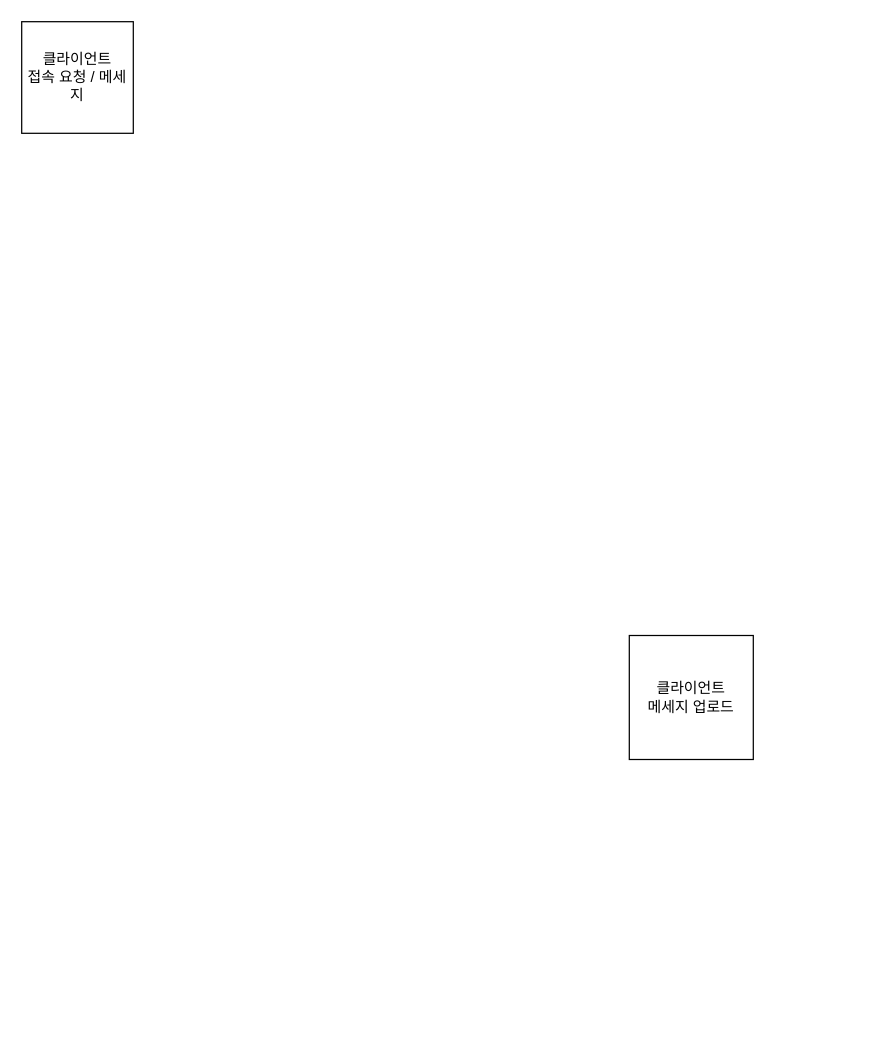
Before: Chat_Diagram.drawio in jh051777/chat, a draw.io diagram. Source tidied: cells renumbered, new cells numbered last; positions are measured from the earlier drawing's top-left corner, leaving out a move shared by most shapes. Both pictures are drawn from the tidied source at 124%, with x=0, y=0 at pixel (21, 21).
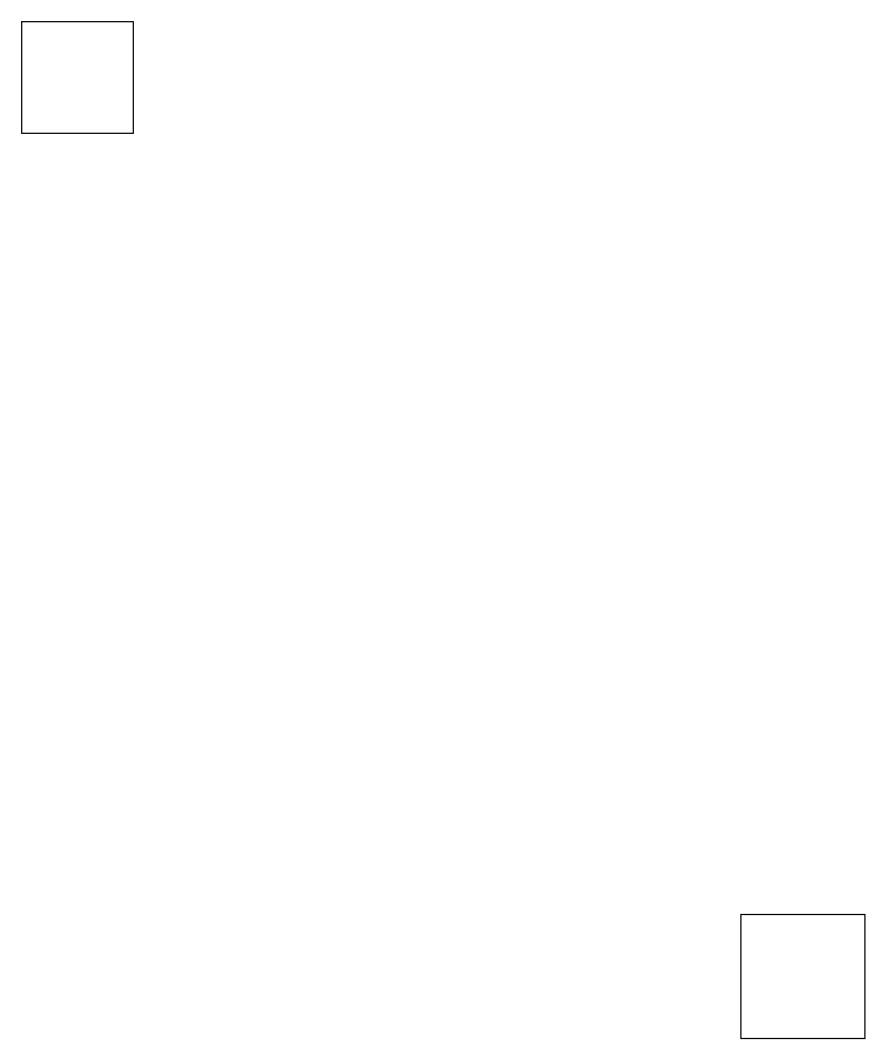
After the change.

Diff of the diagram source:
```diff
@@
 <mxGraphModel>
   <root>
     <mxCell id="0" />
     <mxCell id="1" parent="0" />
-    <mxCell id="2" value="클라이언트&lt;div&gt;접속 요청 / 메세지&lt;/div&gt;" style="whiteSpace=wrap;html=1;" parent="1" vertex="1">
+    <mxCell id="2" style="whiteSpace=wrap;html=1;" parent="1" vertex="1">
       <mxGeometry width="90" height="90" as="geometry" />
     </mxCell>
-    <mxCell id="3" value="클라이언트&lt;div&gt;메세지 업로드&lt;/div&gt;" style="whiteSpace=wrap;html=1;" parent="1" vertex="1">
-      <mxGeometry x="490" y="495" width="100" height="100" as="geometry" />
+    <mxCell id="3" style="whiteSpace=wrap;html=1;" parent="1" vertex="1">
+      <mxGeometry x="580" y="720" width="100" height="100" as="geometry" />
     </mxCell>
   </root>
 </mxGraphModel>
```
